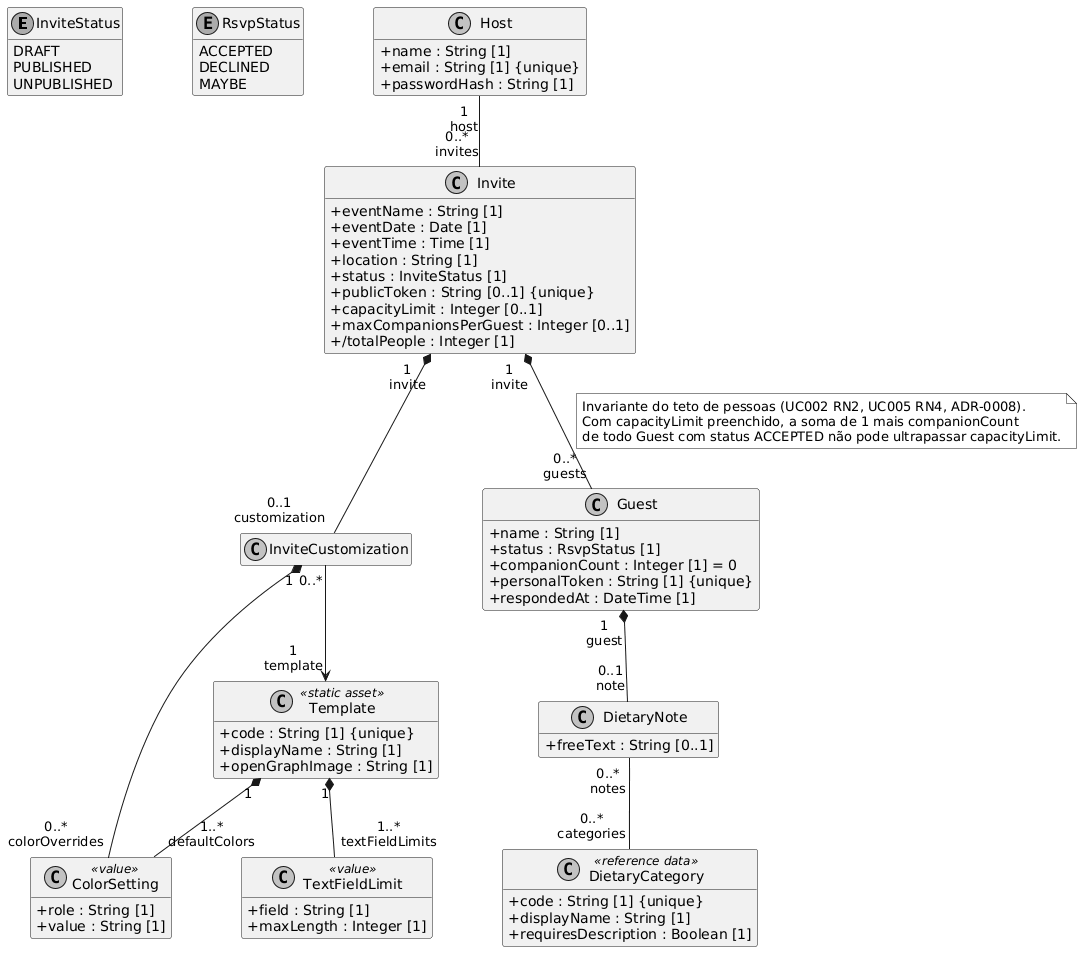
This is docs/.attachments/diagrama-de-classes.png from tcpassos/invite-app, a PlantUML export, as it was before one commit.
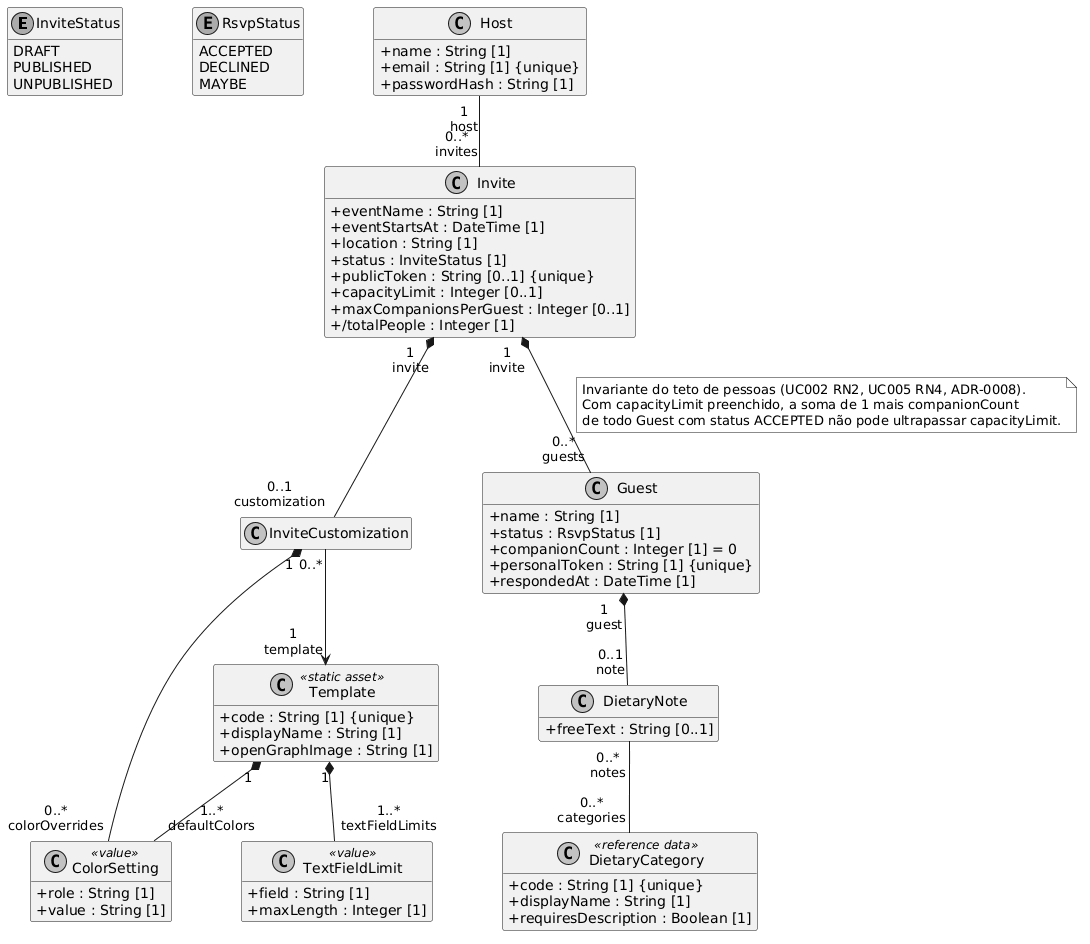
After the change.

Diff of the diagram source:
```diff
@@ -27,8 +27,7 @@
 
 class Invite {
   + eventName : String [1]
-  + eventDate : Date [1]
-  + eventTime : Time [1]
+  + eventStartsAt : DateTime [1]
   + location : String [1]
   + status : InviteStatus [1]
   + publicToken : String [0..1] {unique}
```
